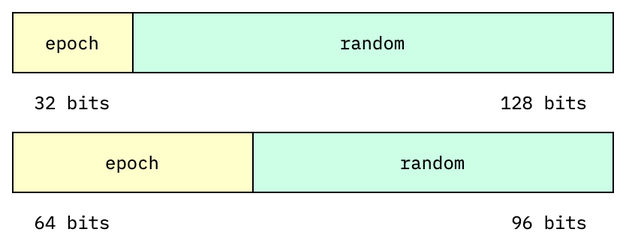
The draw.io diagram assets/ksuid/ksuid.png in thi-ng/umbrella, before a commit. Source tidied: cells renumbered, new cells last; positions are measured from the earlier drawing's top-left corner, leaving out a move shared by most shapes.
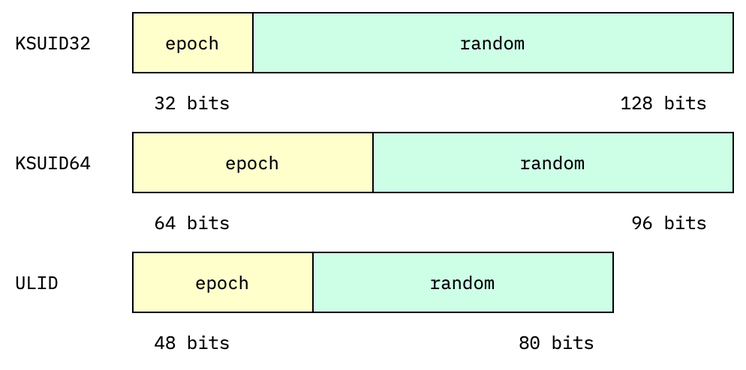
The same file after the commit.

Commit message:
docs(ksuid): update readme & diagram, pkg meta

Change to the diagram source:
```diff
@@ -26,5 +26,26 @@
     <mxCell id="9" value="96 bits" style="text;html=1;strokeColor=none;fillColor=none;align=right;verticalAlign=middle;whiteSpace=wrap;rounded=0;fontFamily=IBM Plex Mono;fontColor=#000000;" parent="1" vertex="1">
       <mxGeometry x="315" y="130" width="70" height="20" as="geometry" />
     </mxCell>
+    <mxCell id="10" value="epoch" style="rounded=0;whiteSpace=wrap;html=1;fontFamily=IBM Plex Mono;fillColor=#FFFFCC;fontColor=#000000;strokeColor=#000000;" parent="1" vertex="1">
+      <mxGeometry y="160" width="120" height="40" as="geometry" />
+    </mxCell>
+    <mxCell id="11" value="random" style="rounded=0;whiteSpace=wrap;html=1;fontFamily=IBM Plex Mono;fillColor=#CCFFE6;fontColor=#000000;strokeColor=#000000;" parent="1" vertex="1">
+      <mxGeometry x="120" y="160" width="200" height="40" as="geometry" />
+    </mxCell>
+    <mxCell id="12" value="48 bits" style="text;html=1;strokeColor=none;fillColor=none;align=center;verticalAlign=middle;whiteSpace=wrap;rounded=0;fontFamily=IBM Plex Mono;fontColor=#000000;" parent="1" vertex="1">
+      <mxGeometry x="10" y="210" width="60" height="20" as="geometry" />
+    </mxCell>
+    <mxCell id="13" value="80 bits" style="text;html=1;strokeColor=none;fillColor=none;align=right;verticalAlign=middle;whiteSpace=wrap;rounded=0;fontFamily=IBM Plex Mono;fontColor=#000000;" parent="1" vertex="1">
+      <mxGeometry x="240" y="210" width="70" height="20" as="geometry" />
+    </mxCell>
+    <mxCell id="14" value="KSUID32" style="text;html=1;strokeColor=none;fillColor=none;align=left;verticalAlign=middle;whiteSpace=wrap;rounded=0;fontFamily=IBM Plex Mono;fontColor=#000000;" parent="1" vertex="1">
+      <mxGeometry x="-80" y="10" width="70" height="20" as="geometry" />
+    </mxCell>
+    <mxCell id="15" value="KSUID64" style="text;html=1;strokeColor=none;fillColor=none;align=left;verticalAlign=middle;whiteSpace=wrap;rounded=0;fontFamily=IBM Plex Mono;fontColor=#000000;" parent="1" vertex="1">
+      <mxGeometry x="-80" y="90" width="70" height="20" as="geometry" />
+    </mxCell>
+    <mxCell id="16" value="ULID" style="text;html=1;strokeColor=none;fillColor=none;align=left;verticalAlign=middle;whiteSpace=wrap;rounded=0;fontFamily=IBM Plex Mono;fontColor=#000000;" parent="1" vertex="1">
+      <mxGeometry x="-80" y="170" width="70" height="20" as="geometry" />
+    </mxCell>
   </root>
 </mxGraphModel>
```
